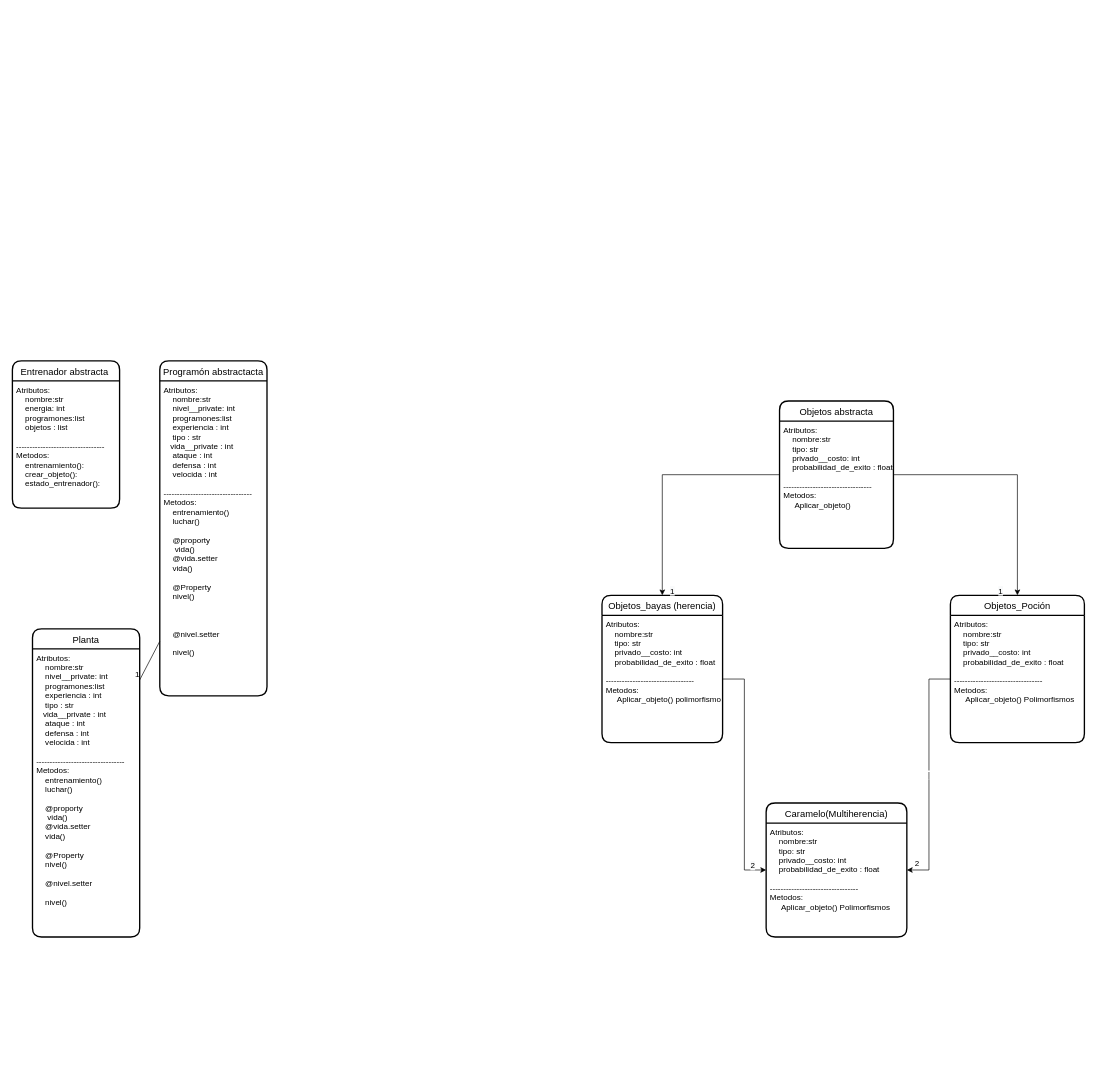
Mardones567/Syllabus keeps this draw.io diagram as Diagrama sin título.drawio. Above is the earlier version. Source tidied: cells renumbered, new cells numbered last; positions are measured from the earlier drawing's top-left corner, leaving out a move shared by most shapes. Both pictures are drawn from the tidied source at 67%, with x=0, y=0 at pixel (12, 360).
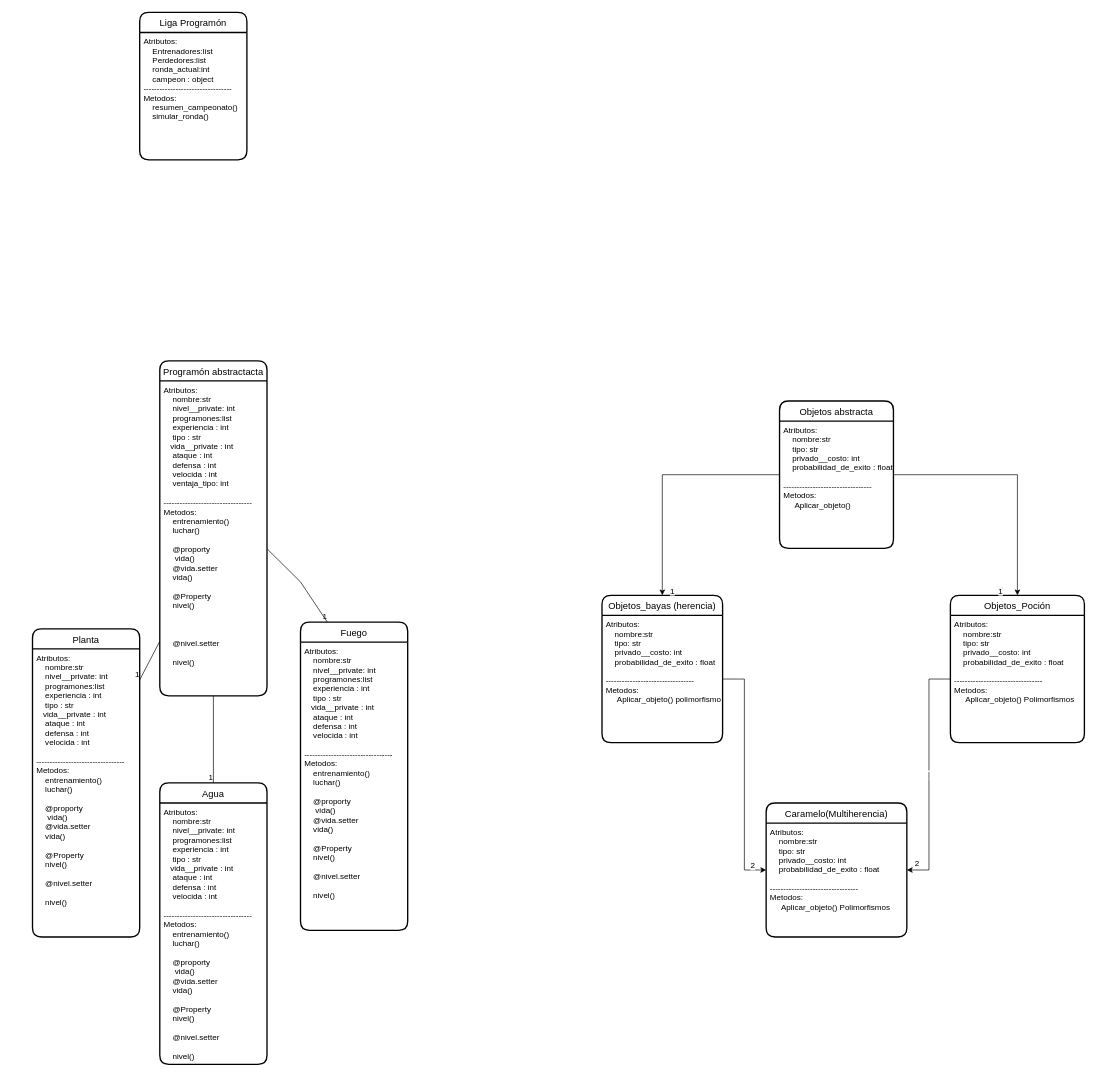
After the change.

Unchanged cells that the change refers to:
```xml
<mxCell id="20" value="Programón abstractacta" style="swimlane;horizontal=1;startSize=30;rounded=1;fontSize=14;fontStyle=0;strokeWidth=2;shadow=0;dashed=0;align=center;" parent="1" vertex="1">
  <mxGeometry x="220" width="160" height="500" as="geometry" />
</mxCell>
```

The edit, as a diff of the source:
```diff
@@
-    <mxCell id="2" value="Entrenador abstracta " style="swimlane;horizontal=1;startSize=30;rounded=1;fontSize=14;fontStyle=0;strokeWidth=2;shadow=0;dashed=0;align=center;" parent="1" vertex="1">
-      <mxGeometry width="160" height="220" as="geometry" />
+    <mxCell id="2" value="Liga Programón" style="swimlane;horizontal=1;startSize=30;rounded=1;fontSize=14;fontStyle=0;strokeWidth=2;shadow=0;dashed=0;align=center;" parent="1" vertex="1">
+      <mxGeometry x="190" y="-520" width="160" height="220" as="geometry" />
     </mxCell>
-    <mxCell id="3" value="Atributos:&#10;    nombre:str&#10;    energia: int&#10;    programones:list&#10;    objetos : list&#10;&#10;---------------------------------&#10;Metodos:&#10;    entrenamiento():&#10;    crear_objeto():&#10;    estado_entrenador():" style="text;strokeColor=none;fillColor=none;spacingLeft=4;spacingRight=4;overflow=hidden;fontSize=12;" parent="2" vertex="1">
+    <mxCell id="3" value="Atributos:&#10;    Entrenadores:list&#10;    Perdedores:list&#10;    ronda_actual:int&#10;    campeon : object&#10;---------------------------------&#10;Metodos:&#10;    resumen_campeonato()&#10;    simular_ronda()" style="text;strokeColor=none;fillColor=none;spacingLeft=4;spacingRight=4;overflow=hidden;fontSize=12;" parent="2" vertex="1">
       <mxGeometry y="30" width="160" height="190" as="geometry" />
     </mxCell>
@@
-    <mxCell id="21" value="Atributos:&#10;    nombre:str&#10;    nivel__private: int&#10;    programones:list&#10;    experiencia : int&#10;    tipo : str&#10;   vida__private : int&#10;    ataque : int&#10;    defensa : int&#10;    velocida : int&#10;&#10;---------------------------------&#10;Metodos:&#10;    entrenamiento()&#10;    luchar()&#10;    &#10;    @proporty&#10;     vida()&#10;    @vida.setter&#10;    vida()&#10;&#10;    @Property&#10;    nivel()&#10;&#10;    &#10;&#10;    @nivel.setter&#10;&#10;    nivel()&#10;" style="text;strokeColor=none;fillColor=none;spacingLeft=4;spacingRight=4;overflow=hidden;points=[[0,0.5],[1,0.5]];portConstraint=eastwest;fontSize=12;" parent="20" vertex="1">
+    <mxCell id="21" value="Atributos:&#10;    nombre:str&#10;    nivel__private: int&#10;    programones:list&#10;    experiencia : int&#10;    tipo : str&#10;   vida__private : int&#10;    ataque : int&#10;    defensa : int&#10;    velocida : int&#10;    ventaja_tipo: int&#10;&#10;---------------------------------&#10;Metodos:&#10;    entrenamiento()&#10;    luchar()&#10;    &#10;    @proporty&#10;     vida()&#10;    @vida.setter&#10;    vida()&#10;&#10;    @Property&#10;    nivel()&#10;&#10;    &#10;&#10;    @nivel.setter&#10;&#10;    nivel()&#10;" style="text;strokeColor=none;fillColor=none;spacingLeft=4;spacingRight=4;overflow=hidden;points=[[0,0.5],[1,0.5]];portConstraint=eastwest;fontSize=12;" parent="20" vertex="1">
       <mxGeometry y="30" width="160" height="470" as="geometry" />
     </mxCell>
@@
+    <mxCell id="26" value="Fuego" style="swimlane;horizontal=1;startSize=30;rounded=1;fontSize=14;fontStyle=0;strokeWidth=2;shadow=0;dashed=0;align=center;" parent="1" vertex="1">
+      <mxGeometry x="430" y="390" width="160" height="460" as="geometry" />
+    </mxCell>
+    <mxCell id="27" value="Atributos:&#10;    nombre:str&#10;    nivel__private: int&#10;    programones:list&#10;    experiencia : int&#10;    tipo : str&#10;   vida__private : int&#10;    ataque : int&#10;    defensa : int&#10;    velocida : int&#10;&#10;---------------------------------&#10;Metodos:&#10;    entrenamiento()&#10;    luchar()&#10;    &#10;    @proporty&#10;     vida()&#10;    @vida.setter&#10;    vida()&#10;&#10;    @Property&#10;    nivel()&#10;&#10;    @nivel.setter&#10;&#10;    nivel()&#10;" style="align=left;strokeColor=none;fillColor=none;spacingLeft=4;fontSize=12;verticalAlign=top;" parent="26" vertex="1">
+      <mxGeometry y="30" width="160" height="430" as="geometry" />
+    </mxCell>
+    <mxCell id="28" style="endArrow=none;html=1;rounded=0;exitX=1.006;exitY=0.535;exitDx=0;exitDy=0;exitPerimeter=0;entryX=0.25;entryY=0;entryDx=0;entryDy=0;" parent="1" edge="1" source="21" target="26">
+      <mxGeometry relative="1" as="geometry">
+        <Array as="points">
+          <mxPoint x="430" y="330" />
+        </Array>
+      </mxGeometry>
+    </mxCell>
+    <mxCell id="29" value="1" style="html=1;align=right;verticalAlign=bottom;" parent="28" vertex="1">
+      <mxGeometry x="1" relative="1" as="geometry" />
+    </mxCell>
+    <mxCell id="30" style="text;html=1;align=center;verticalAlign=middle;strokeColor=none;fillColor=none;" parent="1" vertex="1">
+      <mxGeometry x="340" y="545" width="20" height="30" as="geometry" />
+    </mxCell>
+    <mxCell id="31" style="endArrow=none;html=1;rounded=0;entryX=0.5;entryY=0;entryDx=0;entryDy=0;" parent="1" edge="1" source="21" target="33">
+      <mxGeometry relative="1" as="geometry" />
+    </mxCell>
+    <mxCell id="32" value="1" style="html=1;align=right;verticalAlign=bottom;" parent="31" vertex="1">
+      <mxGeometry x="1" relative="1" as="geometry" />
+    </mxCell>
+    <mxCell id="33" value="Agua" style="swimlane;horizontal=1;startSize=30;rounded=1;fontSize=14;fontStyle=0;strokeWidth=2;shadow=0;dashed=0;align=center;" parent="1" vertex="1">
+      <mxGeometry x="220" y="630" width="160" height="420" as="geometry" />
+    </mxCell>
+    <mxCell id="34" value="Atributos:&#10;    nombre:str&#10;    nivel__private: int&#10;    programones:list&#10;    experiencia : int&#10;    tipo : str&#10;   vida__private : int&#10;    ataque : int&#10;    defensa : int&#10;    velocida : int&#10;&#10;---------------------------------&#10;Metodos:&#10;    entrenamiento()&#10;    luchar()&#10;    &#10;    @proporty&#10;     vida()&#10;    @vida.setter&#10;    vida()&#10;&#10;    @Property&#10;    nivel()&#10;&#10;    @nivel.setter&#10;&#10;    nivel()&#10;" style="align=left;strokeColor=none;fillColor=none;spacingLeft=4;fontSize=12;verticalAlign=top;" parent="33" vertex="1">
+      <mxGeometry y="30" width="160" height="390" as="geometry" />
+    </mxCell>
```
